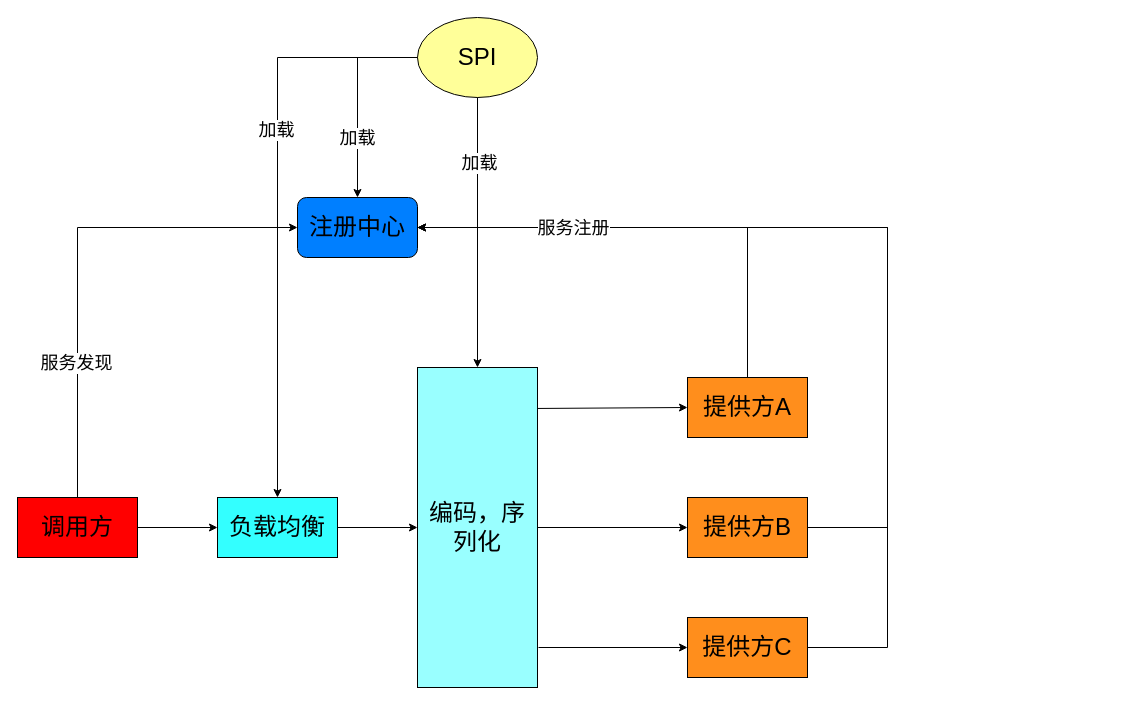
This is page "Page-1" (1 of 2) of 架构图.drawio from beyondgogogo/Graph, a draw.io file, before an edit. Source tidied: cells renumbered, new cells numbered last; positions are measured from the earlier drawing's top-left corner, leaving out a move shared by most shapes. Both pictures are drawn from the tidied source at 100%, with x=0, y=0 at pixel (17, 17).
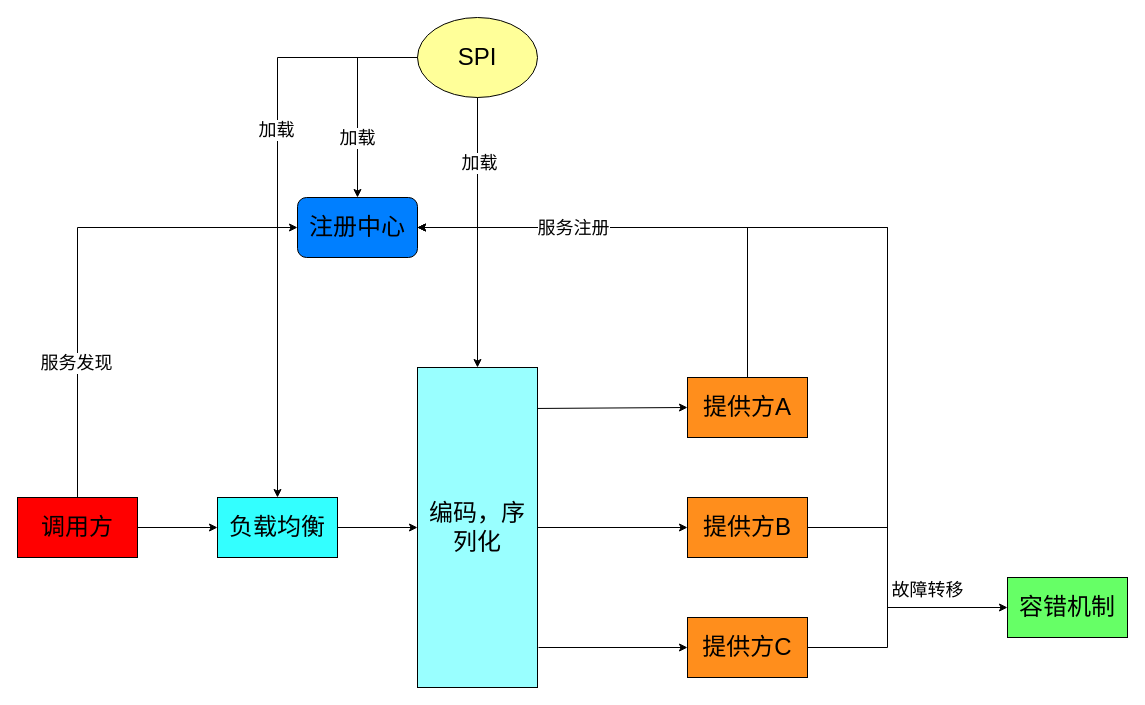
The same page after the edit.

Commit message:
更新架构图.drawio

Diff of the diagram source:
```diff
@@
+    <mxCell id="27" value="&lt;span style=&quot;font-size: 24px;&quot;&gt;容错机制&lt;/span&gt;" style="rounded=0;whiteSpace=wrap;html=1;fillColor=#66FF66;" parent="1" vertex="1">
+      <mxGeometry x="990" y="560" width="120" height="60" as="geometry" />
+    </mxCell>
+    <mxCell id="28" style="endArrow=classic;html=1;rounded=0;entryX=0;entryY=0.5;entryDx=0;entryDy=0;" parent="1" edge="1" target="27">
+      <mxGeometry relative="1" as="geometry">
+        <mxPoint x="870" y="510" as="sourcePoint" />
+        <Array as="points">
+          <mxPoint x="870" y="590" />
+        </Array>
+      </mxGeometry>
+    </mxCell>
+    <mxCell id="29" value="&lt;font style=&quot;font-size: 18px;&quot;&gt;故障转移&lt;/font&gt;" style="text;html=1;align=center;verticalAlign=middle;strokeColor=none;fillColor=none;" parent="1" vertex="1">
+      <mxGeometry x="860" y="553" width="100" height="40" as="geometry" />
+    </mxCell>
```
